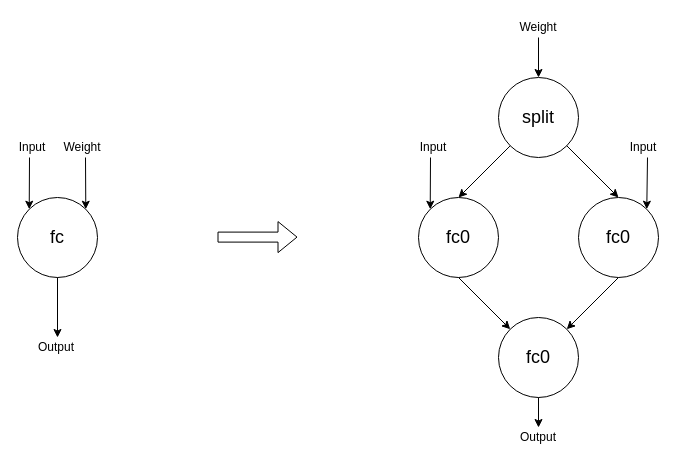
This is page "第 3 页" (3 of 4) of FC.drawio from alanzhai219/dive_into_framework, a draw.io file, before an edit. Source tidied: cells renumbered, new cells numbered last; positions are measured from the earlier drawing's top-left corner, leaving out a move shared by most shapes. Both pictures are drawn from the tidied source at 100%, with x=0, y=0 at pixel (17, 17).
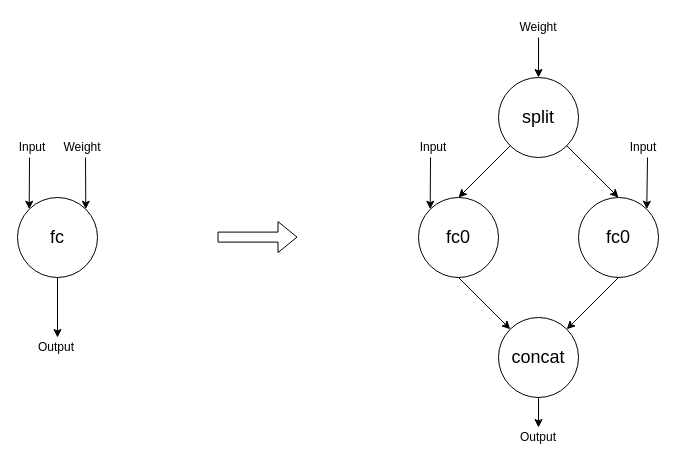
The same page after the edit.

The change refers to these unchanged cells:
```xml
<mxCell id="9" style="group;" parent="1" vertex="1">
  <mxGeometry x="401" width="240" height="430" as="geometry" />
</mxCell>
```

Diff of the diagram source:
```diff
@@
-    <mxCell id="16" value="&lt;span style=&quot;font-size: 18px;&quot;&gt;fc0&lt;/span&gt;" style="ellipse;whiteSpace=wrap;html=1;" parent="9" vertex="1">
+    <mxCell id="16" value="&lt;span style=&quot;font-size: 18px;&quot;&gt;concat&lt;/span&gt;" style="ellipse;whiteSpace=wrap;html=1;" parent="9" vertex="1">
       <mxGeometry x="80" y="300" width="80" height="80" as="geometry" />
     </mxCell>
```
